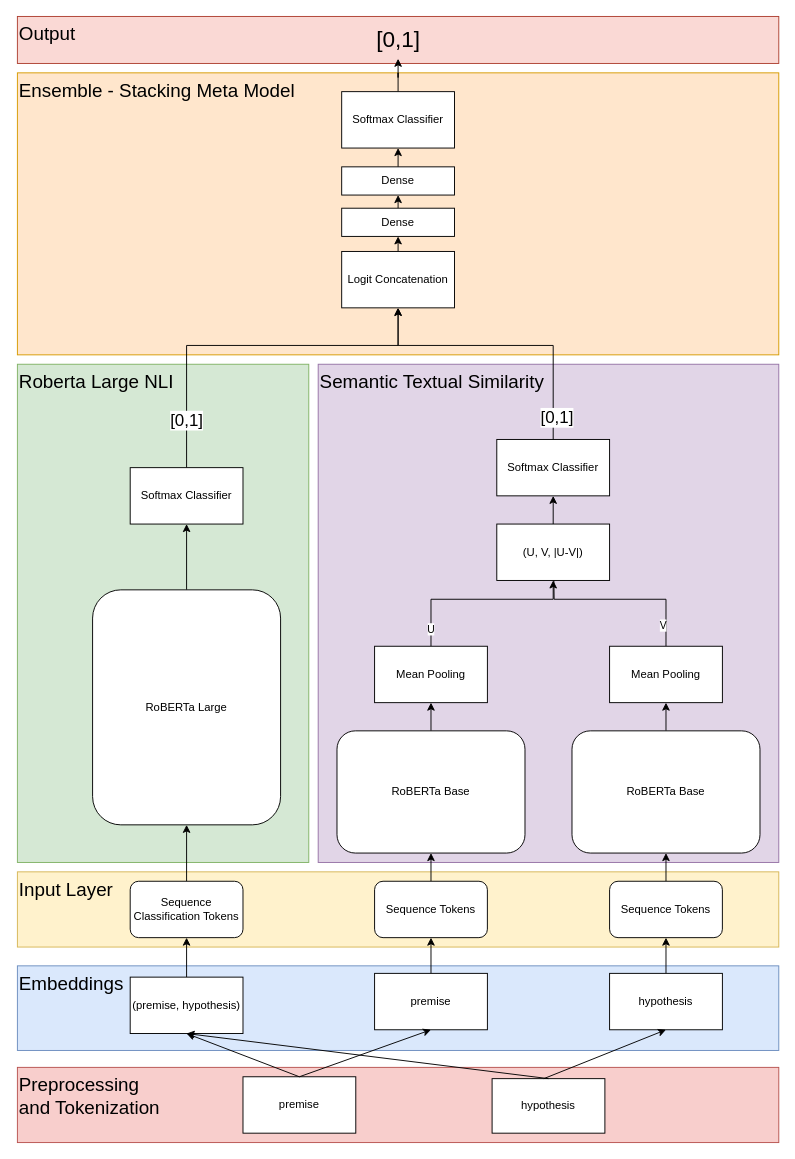
AAP9002/COMP34812-NLU-NLI keeps this draw.io diagram as NLI_Transformer.drawio. Above is the earlier version. Source tidied: cells renumbered, new cells numbered last; positions are measured from the earlier drawing's top-left corner, leaving out a move shared by most shapes. Both pictures are drawn from the tidied source at 94%, with x=0, y=0 at pixel (17, 16).
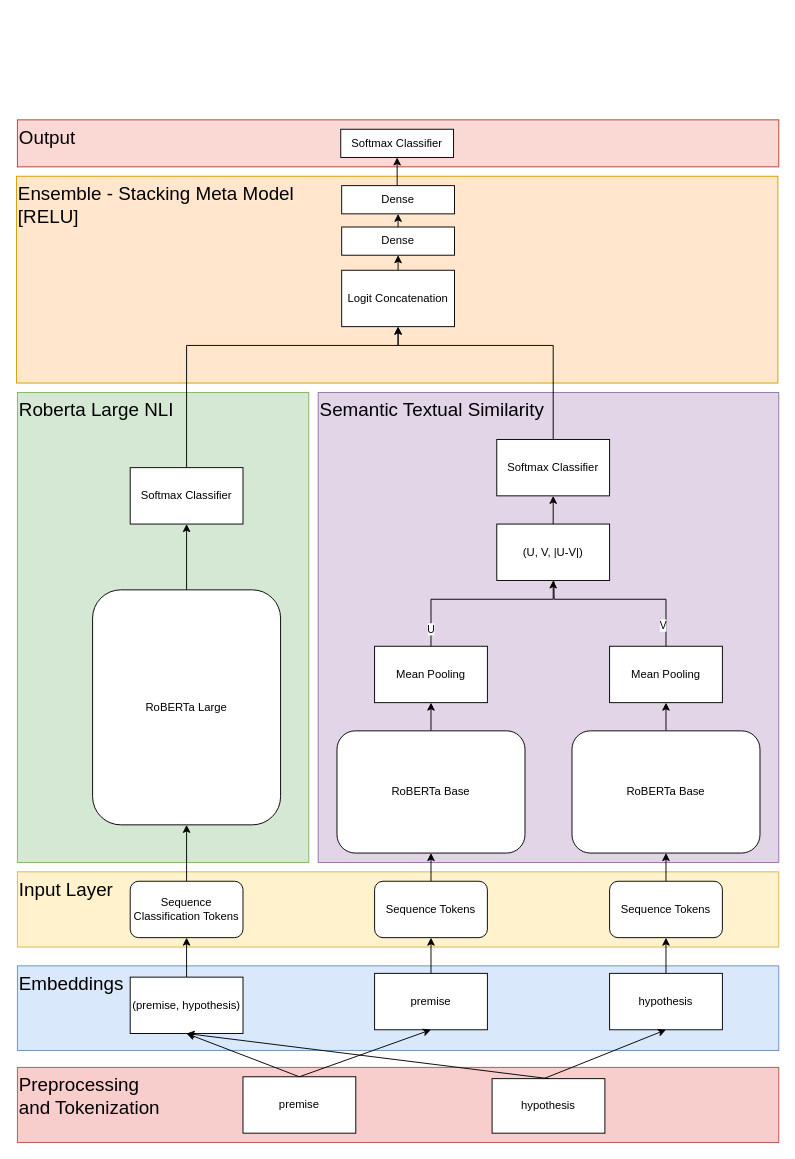
After the change.

Unchanged cells that the change refers to:
```xml
<mxCell id="35" style="edgeStyle=orthogonalEdgeStyle;rounded=0;jettySize=auto;html=1;exitX=0.5;exitY=0;exitDx=0;exitDy=0;entryX=0.5;entryY=1;entryDx=0;entryDy=0;" parent="1" edge="1" source="37" target="39">
  <mxGeometry relative="1" as="geometry">
    <Array as="points">
      <mxPoint x="180" y="350" />
      <mxPoint x="405" y="350" />
    </Array>
  </mxGeometry>
</mxCell>
<mxCell id="44" style="endArrow=classic;html=1;rounded=0;exitX=0.5;exitY=0;exitDx=0;exitDy=0;entryX=0.5;entryY=1;entryDx=0;entryDy=0;" parent="1" edge="1" source="34" target="39">
  <mxGeometry relative="1" as="geometry">
    <Array as="points">
      <mxPoint x="570" y="350" />
      <mxPoint x="405" y="350" />
    </Array>
  </mxGeometry>
</mxCell>
```

Change to the diagram source:
```diff
@@
     <mxCell id="2" value="Output" style="rounded=0;whiteSpace=wrap;html=1;align=left;fillColor=#fad9d5;strokeColor=#ae4132;labelBackgroundColor=none;verticalAlign=top;fontSize=20;" parent="1" vertex="1">
-      <mxGeometry width="810" height="50" as="geometry" />
+      <mxGeometry y="110" width="810" height="50" as="geometry" />
     </mxCell>
-    <mxCell id="3" value="Ensemble - Stacking Meta Model" style="rounded=0;whiteSpace=wrap;html=1;align=left;fillColor=#ffe6cc;strokeColor=#d79b00;labelBackgroundColor=none;verticalAlign=top;fontSize=20;" parent="1" vertex="1">
-      <mxGeometry y="60" width="810" height="300" as="geometry" />
+    <mxCell id="3" value="&lt;div&gt;Ensemble - Stacking Meta Model&lt;/div&gt;&lt;div&gt;[RELU]&lt;/div&gt;" style="rounded=0;whiteSpace=wrap;html=1;align=left;fillColor=#ffe6cc;strokeColor=#d79b00;labelBackgroundColor=none;verticalAlign=top;fontSize=20;" parent="1" vertex="1">
+      <mxGeometry x="-1" y="170" width="810" height="220" as="geometry" />
     </mxCell>
     <mxCell id="4" value="Semantic Textual Similarity" style="rounded=0;whiteSpace=wrap;html=1;align=left;fillColor=#e1d5e7;strokeColor=#9673a6;labelBackgroundColor=none;verticalAlign=top;fontSize=20;" parent="1" vertex="1">
-      <mxGeometry x="320" y="370" width="490" height="530" as="geometry" />
+      <mxGeometry x="320" y="400" width="490" height="500" as="geometry" />
     </mxCell>
     <mxCell id="5" value="Roberta Large NLI" style="rounded=0;whiteSpace=wrap;html=1;align=left;fillColor=#d5e8d4;strokeColor=#82b366;labelBackgroundColor=none;verticalAlign=top;fontSize=20;" parent="1" vertex="1">
-      <mxGeometry y="370" width="310" height="530" as="geometry" />
+      <mxGeometry y="400" width="310" height="500" as="geometry" />
     </mxCell>
@@
-    <mxCell id="36" value="[0,1]" style="edgeLabel;html=1;align=center;verticalAlign=middle;fontSize=18;" parent="35" vertex="1">
-      <mxGeometry x="-0.88" y="1" relative="1" as="geometry">
-        <mxPoint y="-27" as="offset" />
-      </mxGeometry>
-    </mxCell>
@@
     <mxCell id="39" value="Logit Concatenation" style="rounded=0;whiteSpace=wrap;html=1;" parent="1" vertex="1">
-      <mxGeometry x="345" y="250" width="120" height="60" as="geometry" />
+      <mxGeometry x="345" y="270" width="120" height="60" as="geometry" />
     </mxCell>
@@
     <mxCell id="41" value="Dense" style="rounded=0;whiteSpace=wrap;html=1;" parent="1" vertex="1">
-      <mxGeometry x="345" y="204" width="120" height="30" as="geometry" />
+      <mxGeometry x="345" y="224" width="120" height="30" as="geometry" />
     </mxCell>
-    <mxCell id="42" style="edgeStyle=orthogonalEdgeStyle;rounded=0;jettySize=auto;html=1;exitX=0.5;exitY=0;exitDx=0;exitDy=0;" parent="1" edge="1" source="43" target="46">
-      <mxGeometry relative="1" as="geometry" />
-    </mxCell>
     <mxCell id="43" value="Softmax Classifier" style="rounded=0;whiteSpace=wrap;html=1;" parent="1" vertex="1">
-      <mxGeometry x="345" y="80" width="120" height="60" as="geometry" />
+      <mxGeometry x="344" y="120" width="120" height="30" as="geometry" />
     </mxCell>
@@
-    <mxCell id="45" value="[0,1]" style="edgeLabel;html=1;align=center;verticalAlign=middle;fontSize=18;" parent="44" vertex="1">
-      <mxGeometry x="-0.84" y="-3" relative="1" as="geometry" />
-    </mxCell>
-    <mxCell id="46" value="&lt;font style=&quot;font-size: 24px;&quot;&gt;[0,1]&lt;/font&gt;" style="text;html=1;align=center;verticalAlign=middle;points=[];strokeColor=none;fillColor=none;" parent="1" vertex="1">
-      <mxGeometry x="370" y="5" width="70" height="40" as="geometry" />
-    </mxCell>
@@
     <mxCell id="51" value="Dense" style="rounded=0;whiteSpace=wrap;html=1;" parent="1" vertex="1">
-      <mxGeometry x="345" y="160" width="120" height="30" as="geometry" />
+      <mxGeometry x="345" y="180" width="120" height="30" as="geometry" />
     </mxCell>
```
